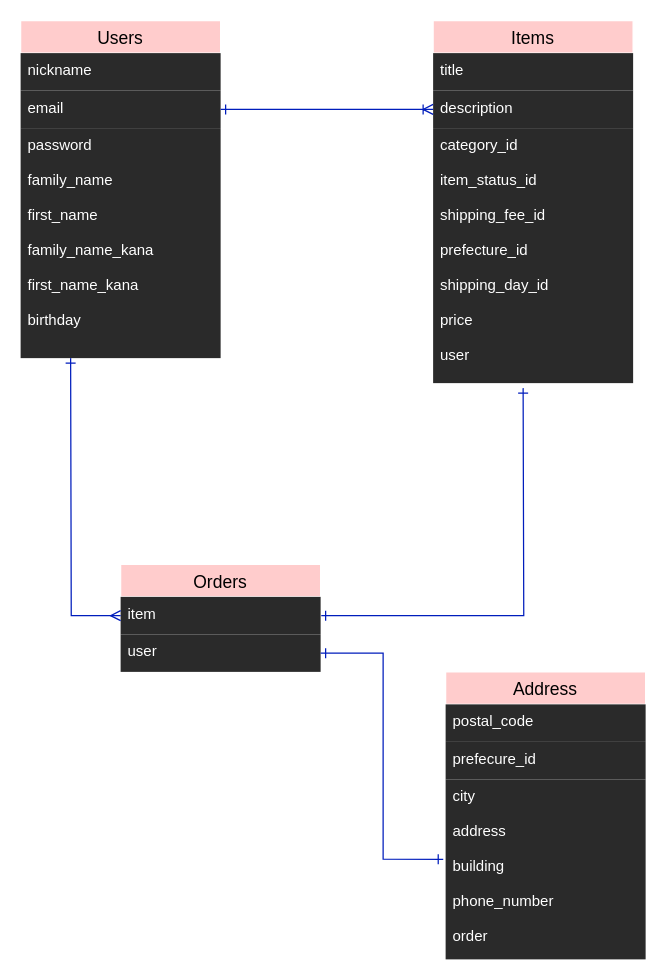
Ayumi-MIURA/furima-34420 keeps this draw.io diagram as er.dio. Above is the earlier version. Source tidied: cells renumbered, new cells numbered last; positions are measured from the earlier drawing's top-left corner, leaving out a move shared by most shapes. Both pictures are drawn from the tidied source at 125%, with x=0, y=0 at pixel (20, 20).
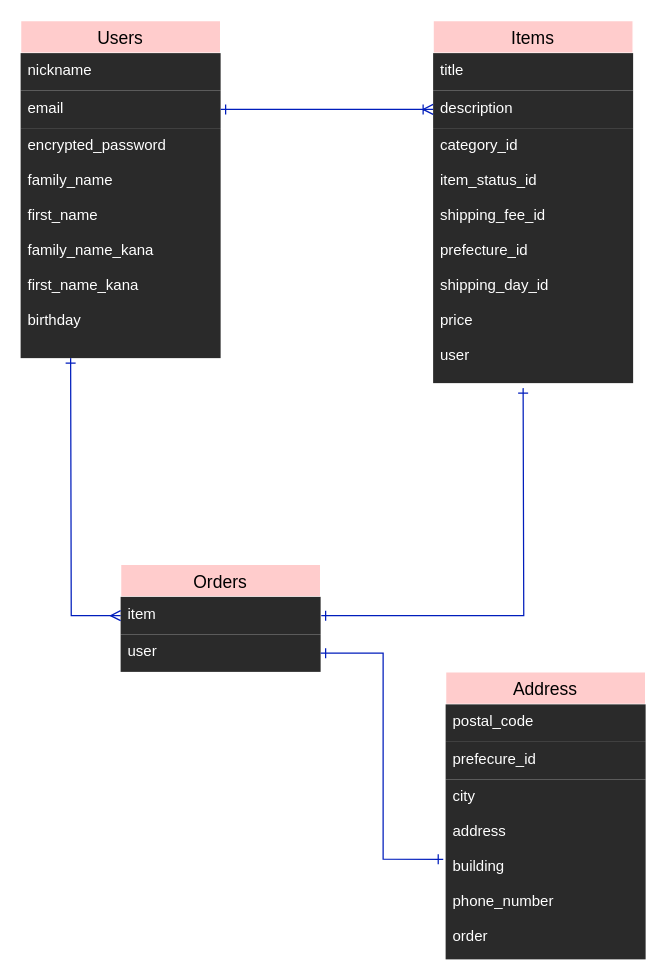
The same page after the edit.

The change refers to these unchanged cells:
```xml
<mxCell id="2" value="Users" style="swimlane;fontStyle=0;horizontal=1;startSize=26;align=center;fontSize=14;fillColor=#ffcccc;fontColor=#000000;labelBorderColor=none;strokeColor=#FFFFFF;" parent="1" vertex="1">
  <mxGeometry width="160" height="270" as="geometry" />
</mxCell>
```

Diff of the diagram source:
```diff
@@
-    <mxCell id="5" value="password&#10;&#10;family_name&#10;&#10;first_name&#10;&#10;family_name_kana&#10;&#10;first_name_kana&#10;&#10;birthday" style="text;strokeColor=none;spacingLeft=4;spacingRight=4;overflow=hidden;fontSize=12;fillColor=#2a2a2a;fontColor=#FFFFFF;" parent="2" vertex="1">
+    <mxCell id="5" value="encrypted_password&#10;&#10;family_name&#10;&#10;first_name&#10;&#10;family_name_kana&#10;&#10;first_name_kana&#10;&#10;birthday" style="text;strokeColor=none;spacingLeft=4;spacingRight=4;overflow=hidden;fontSize=12;fillColor=#2a2a2a;fontColor=#FFFFFF;" parent="2" vertex="1">
       <mxGeometry y="86" width="160" height="184" as="geometry" />
     </mxCell>
```
